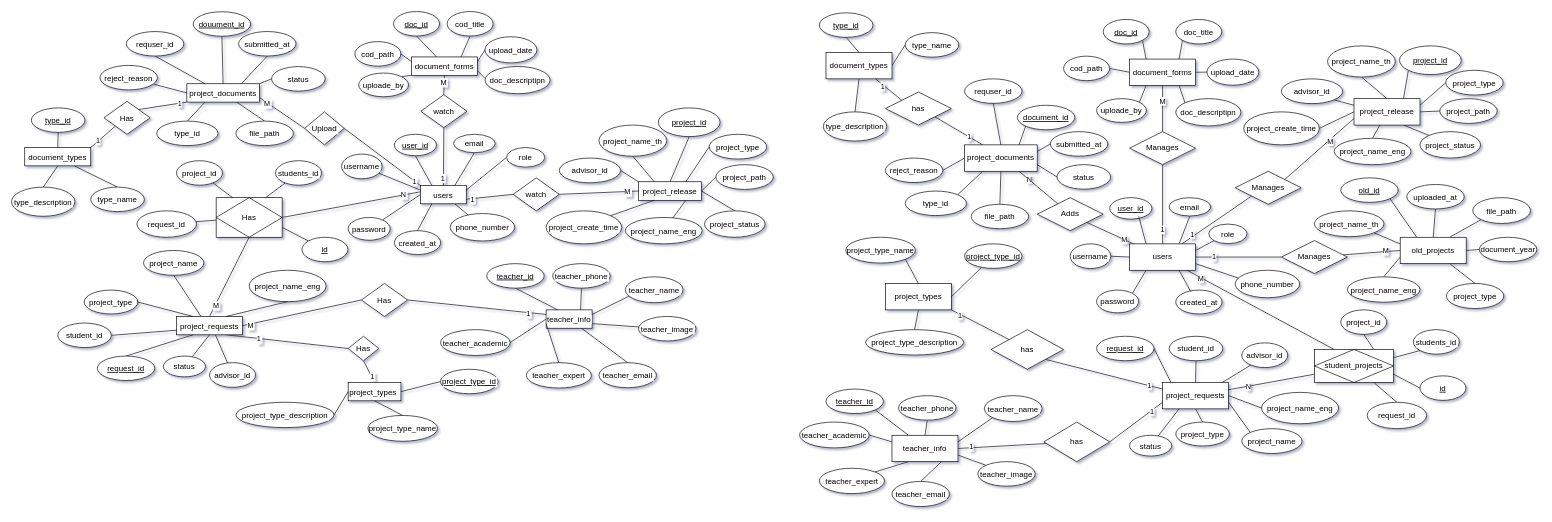
Before: ER.drawio in ItsRyS/Diagram-pms, a draw.io diagram. Source tidied: cells renumbered, new cells numbered last; positions are measured from the earlier drawing's top-left corner, leaving out a move shared by most shapes. Both pictures are drawn from the tidied source at 66%, with x=0, y=0 at pixel (11, 11).
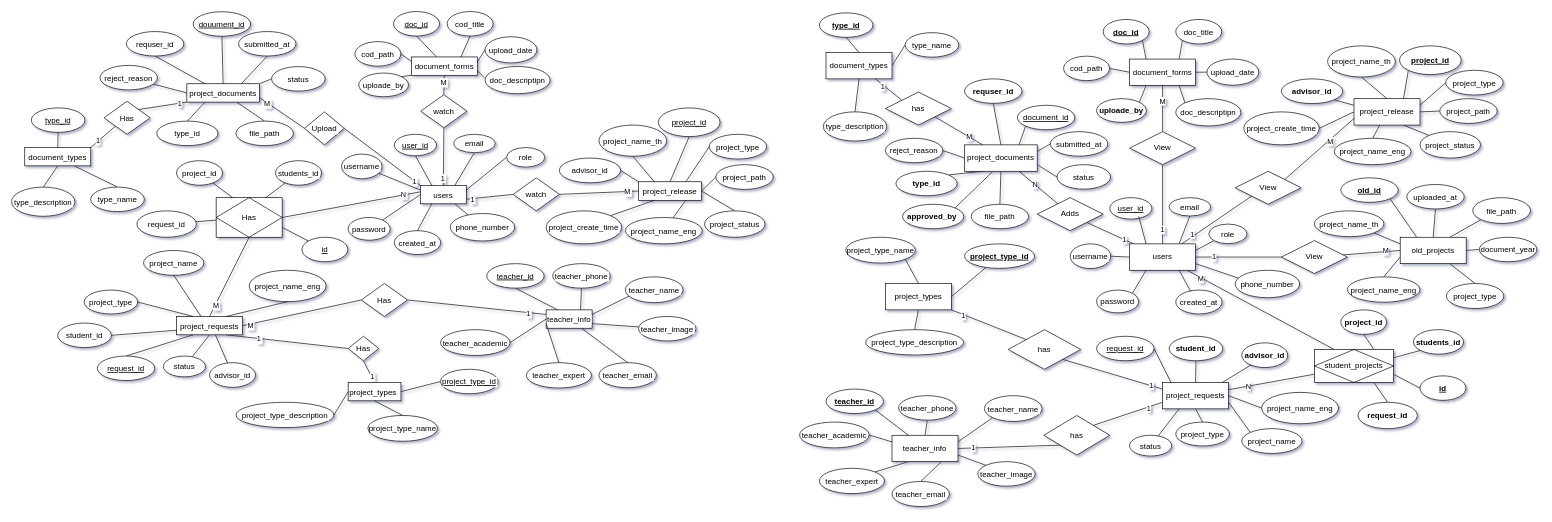
The same page after the edit.

The change refers to these unchanged cells:
```xml
<mxCell id="125" value="teacher_info" style="whiteSpace=wrap;html=1;align=center;" parent="1" vertex="1">
  <mxGeometry x="1334" y="642" width="100" height="40" as="geometry" />
</mxCell>
<mxCell id="133" value="project_requests" style="whiteSpace=wrap;html=1;align=center;" parent="1" vertex="1">
  <mxGeometry x="1744" y="562" width="100" height="40" as="geometry" />
</mxCell>
<mxCell id="140" style="rounded=0;jettySize=auto;html=1;entryX=1;entryY=1;entryDx=0;entryDy=0;endArrow=none;startFill=0;" parent="1" edge="1" source="148" target="208">
  <mxGeometry relative="1" as="geometry" />
</mxCell>
<mxCell id="178" style="rounded=0;jettySize=auto;html=1;exitX=0.25;exitY=0;exitDx=0;exitDy=0;entryX=1;entryY=1;entryDx=0;entryDy=0;endArrow=none;startFill=0;" parent="1" edge="1" source="187" target="219">
  <mxGeometry relative="1" as="geometry" />
</mxCell>
<mxCell id="187" value="project_documents" style="whiteSpace=wrap;html=1;align=center;" parent="1" vertex="1">
  <mxGeometry x="1444" y="202" width="110" height="40" as="geometry" />
</mxCell>
<mxCell id="206" style="rounded=0;jettySize=auto;html=1;entryX=0.75;entryY=1;entryDx=0;entryDy=0;endArrow=none;startFill=0;" parent="1" edge="1" source="208" target="187">
  <mxGeometry relative="1" as="geometry" />
</mxCell>
```

What changed in the source:
```diff
@@
-    <mxCell id="131" style="rounded=0;jettySize=auto;html=1;exitX=0;exitY=0.75;exitDx=0;exitDy=0;entryX=1;entryY=0.5;entryDx=0;entryDy=0;endArrow=none;startFill=0;" parent="1" edge="1" source="133" target="216">
+    <mxCell id="131" style="rounded=0;jettySize=auto;html=1;exitX=0;exitY=0.75;exitDx=0;exitDy=0;entryX=1;entryY=0;entryDx=0;entryDy=0;endArrow=none;startFill=0;" parent="1" edge="1" source="133" target="216">
       <mxGeometry relative="1" as="geometry" />
     </mxCell>
@@
-    <mxCell id="141" value="M" style="edgeLabel;html=1;align=center;verticalAlign=middle;" parent="140" vertex="1">
+    <mxCell id="141" value="1" style="edgeLabel;html=1;align=center;verticalAlign=middle;" parent="140" vertex="1">
       <mxGeometry x="-0.59" relative="1" as="geometry" />
     </mxCell>
@@
-    <mxCell id="179" value="1" style="edgeLabel;html=1;align=center;verticalAlign=middle;" parent="178" vertex="1">
+    <mxCell id="179" value="M" style="edgeLabel;html=1;align=center;verticalAlign=middle;" parent="178" vertex="1">
       <mxGeometry x="-0.45" y="2" relative="1" as="geometry">
         <mxPoint y="-3" as="offset" />
       </mxGeometry>
     </mxCell>
@@
-    <mxCell id="199" value="Manages" style="shape=rhombus;perimeter=rhombusPerimeter;whiteSpace=wrap;html=1;align=center;" parent="1" vertex="1">
+    <mxCell id="199" value="View" style="shape=rhombus;perimeter=rhombusPerimeter;whiteSpace=wrap;html=1;align=center;" parent="1" vertex="1">
       <mxGeometry x="1924" y="347" width="100" height="50" as="geometry" />
     </mxCell>
@@
-    <mxCell id="202" value="Manages" style="shape=rhombus;perimeter=rhombusPerimeter;whiteSpace=wrap;html=1;align=center;" parent="1" vertex="1">
+    <mxCell id="202" value="View" style="shape=rhombus;perimeter=rhombusPerimeter;whiteSpace=wrap;html=1;align=center;" parent="1" vertex="1">
       <mxGeometry x="1854" y="242" width="100" height="50" as="geometry" />
     </mxCell>
@@
-    <mxCell id="205" value="Manages" style="shape=rhombus;perimeter=rhombusPerimeter;whiteSpace=wrap;html=1;align=center;" parent="1" vertex="1">
+    <mxCell id="205" value="View" style="shape=rhombus;perimeter=rhombusPerimeter;whiteSpace=wrap;html=1;align=center;" parent="1" vertex="1">
       <mxGeometry x="1694" y="182" width="100" height="50" as="geometry" />
     </mxCell>
@@
     <mxCell id="207" value="N" style="edgeLabel;html=1;align=center;verticalAlign=middle;" parent="206" vertex="1">
       <mxGeometry x="0.49" y="-1" relative="1" as="geometry">
-        <mxPoint x="-1" as="offset" />
+        <mxPoint x="8" y="8" as="offset" />
       </mxGeometry>
     </mxCell>
@@
     <mxCell id="213" value="has" style="shape=rhombus;perimeter=rhombusPerimeter;whiteSpace=wrap;html=1;align=center;" parent="1" vertex="1">
-      <mxGeometry x="1484" y="482" width="110" height="60" as="geometry" />
+      <mxGeometry x="1510" y="482" width="110" height="60" as="geometry" />
     </mxCell>
-    <mxCell id="214" style="rounded=0;jettySize=auto;html=1;entryX=1;entryY=0.5;entryDx=0;entryDy=0;endArrow=none;startFill=0;" parent="1" edge="1" source="216" target="125">
+    <mxCell id="214" style="rounded=0;jettySize=auto;html=1;entryX=1;entryY=0.5;entryDx=0;entryDy=0;endArrow=none;startFill=0;exitX=0;exitY=1;exitDx=0;exitDy=0;" parent="1" edge="1" source="216" target="125">
       <mxGeometry relative="1" as="geometry" />
     </mxCell>
@@
     <mxCell id="216" value="has" style="shape=rhombus;perimeter=rhombusPerimeter;whiteSpace=wrap;html=1;align=center;" parent="1" vertex="1">
-      <mxGeometry x="1564" y="622" width="100" height="60" as="geometry" />
+      <mxGeometry x="1564" y="612" width="100" height="60" as="geometry" />
     </mxCell>
@@
-    <mxCell id="225" value="teacher_id" style="ellipse;fontStyle=4;labelBackgroundColor=default;fontColor=default;textShadow=0;labelBorderColor=none;" parent="1" vertex="1">
+    <mxCell id="225" value="teacher_id" style="ellipse;fontStyle=5;labelBackgroundColor=default;fontColor=default;textShadow=0;labelBorderColor=none;" parent="1" vertex="1">
       <mxGeometry x="1234" y="572" width="87" height="37.1" as="geometry" />
     </mxCell>
@@
-    <mxCell id="232" value="old_id" style="ellipse;fontStyle=4;labelBackgroundColor=default;fontColor=default;textShadow=0;labelBorderColor=none;" parent="1" vertex="1">
+    <mxCell id="232" value="old_id" style="ellipse;fontStyle=5;labelBackgroundColor=default;fontColor=default;textShadow=0;labelBorderColor=none;" parent="1" vertex="1">
       <mxGeometry x="2014" y="252" width="87" height="37.1" as="geometry" />
     </mxCell>
@@
-    <mxCell id="237" value="project_id" style="ellipse;fontStyle=4;labelBackgroundColor=default;fontColor=default;textShadow=0;labelBorderColor=none;" parent="1" vertex="1">
+    <mxCell id="237" value="project_id" style="ellipse;fontStyle=5;labelBackgroundColor=default;fontColor=default;textShadow=0;labelBorderColor=none;" parent="1" vertex="1">
       <mxGeometry x="2103" y="52" width="93.5" height="43.5" as="geometry" />
     </mxCell>
@@
-    <mxCell id="241" value="advisor_id" style="ellipse;labelBackgroundColor=default;fontColor=default;textShadow=0;labelBorderColor=none;fontStyle=0;" parent="1" vertex="1">
+    <mxCell id="241" value="advisor_id" style="ellipse;labelBackgroundColor=default;fontColor=default;textShadow=0;labelBorderColor=none;fontStyle=1;" parent="1" vertex="1">
       <mxGeometry x="1924" y="102" width="92.8" height="37.5" as="geometry" />
     </mxCell>
@@
-    <mxCell id="260" value="uploade_by" style="ellipse;labelBackgroundColor=default;fontColor=default;textShadow=0;labelBorderColor=none;" parent="1" vertex="1">
+    <mxCell id="260" value="uploade_by" style="ellipse;labelBackgroundColor=none;fontColor=default;textShadow=0;labelBorderColor=none;fontStyle=1;" parent="1" vertex="1">
       <mxGeometry x="1644" y="132" width="75.4" height="35.9" as="geometry" />
     </mxCell>
@@
-    <mxCell id="265" value="doc_id" style="ellipse;fontStyle=4;labelBackgroundColor=default;fontColor=default;textShadow=0;labelBorderColor=none;" parent="1" vertex="1">
+    <mxCell id="265" value="doc_id" style="ellipse;fontStyle=5;labelBackgroundColor=default;fontColor=default;textShadow=0;labelBorderColor=none;" parent="1" vertex="1">
       <mxGeometry x="1654" y="12" width="69.6" height="37.1" as="geometry" />
     </mxCell>
@@
-    <mxCell id="288" value="requser_id" style="ellipse;labelBackgroundColor=default;fontColor=default;textShadow=0;labelBorderColor=none;" parent="1" vertex="1">
+    <mxCell id="288" value="requser_id" style="ellipse;labelBackgroundColor=default;fontColor=default;textShadow=0;labelBorderColor=none;fontStyle=1;" parent="1" vertex="1">
       <mxGeometry x="1444" y="102" width="87" height="37.1" as="geometry" />
     </mxCell>
@@
     <mxCell id="291" value="reject_reason" style="ellipse;labelBackgroundColor=default;fontColor=default;textShadow=0;labelBorderColor=none;" parent="1" vertex="1">
-      <mxGeometry x="1324" y="222" width="87" height="37.1" as="geometry" />
+      <mxGeometry x="1324" y="192" width="87" height="37.1" as="geometry" />
     </mxCell>
@@
-    <mxCell id="293" value="type_id" style="ellipse;labelBackgroundColor=default;fontColor=default;textShadow=0;labelBorderColor=none;" parent="1" vertex="1">
-      <mxGeometry x="1354" y="272" width="92.8" height="37.1" as="geometry" />
+    <mxCell id="293" value="type_id" style="ellipse;labelBackgroundColor=default;fontColor=default;textShadow=0;labelBorderColor=none;fontStyle=1;" parent="1" vertex="1">
+      <mxGeometry x="1340" y="242" width="92.8" height="37.1" as="geometry" />
     </mxCell>
@@
-    <mxCell id="296" value="type_id" style="ellipse;fontStyle=4;labelBackgroundColor=none;fontColor=default;textShadow=0;labelBorderColor=none;" parent="1" vertex="1">
+    <mxCell id="296" value="type_id" style="ellipse;fontStyle=5;labelBackgroundColor=none;fontColor=default;textShadow=0;labelBorderColor=none;" parent="1" vertex="1">
       <mxGeometry x="1224" y="2" width="81.2" height="37.1" as="geometry" />
     </mxCell>
@@
-    <mxCell id="298" value="advisor_id" style="ellipse;labelBackgroundColor=default;fontColor=default;textShadow=0;labelBorderColor=none;" parent="1" vertex="1">
+    <mxCell id="298" value="advisor_id" style="ellipse;labelBackgroundColor=default;fontColor=default;textShadow=0;labelBorderColor=none;fontStyle=1;" parent="1" vertex="1">
       <mxGeometry x="1864" y="502" width="69.6" height="37.4" as="geometry" />
     </mxCell>
@@
-    <mxCell id="303" value="student_id" style="ellipse;labelBackgroundColor=default;fontColor=default;textShadow=0;labelBorderColor=none;" parent="1" vertex="1">
+    <mxCell id="303" value="student_id" style="ellipse;labelBackgroundColor=default;fontColor=default;textShadow=0;labelBorderColor=none;fontStyle=1;" parent="1" vertex="1">
       <mxGeometry x="1754" y="492" width="81.2" height="37.1" as="geometry" />
     </mxCell>
@@
-    <mxCell id="307" value="project_id" style="ellipse;labelBackgroundColor=default;fontColor=default;textShadow=0;labelBorderColor=none;" parent="1" vertex="1">
+    <mxCell id="307" value="project_id" style="ellipse;labelBackgroundColor=none;fontColor=default;textShadow=0;labelBorderColor=none;fontStyle=1;" parent="1" vertex="1">
       <mxGeometry x="2014" y="452" width="69.6" height="37.1" as="geometry" />
     </mxCell>
-    <mxCell id="308" value="request_id" style="ellipse;labelBackgroundColor=default;fontColor=default;textShadow=0;labelBorderColor=none;" parent="1" vertex="1">
-      <mxGeometry x="2054" y="592" width="90" height="40" as="geometry" />
+    <mxCell id="308" value="request_id" style="ellipse;labelBackgroundColor=none;fontColor=default;textShadow=0;labelBorderColor=none;fontStyle=1;" parent="1" vertex="1">
+      <mxGeometry x="2040" y="592" width="90" height="40" as="geometry" />
     </mxCell>
-    <mxCell id="309" value="students_id" style="ellipse;labelBackgroundColor=default;fontColor=default;textShadow=0;labelBorderColor=none;" parent="1" vertex="1">
-      <mxGeometry x="2124" y="482" width="69.6" height="37.1" as="geometry" />
+    <mxCell id="309" value="students_id" style="ellipse;labelBackgroundColor=none;fontColor=default;textShadow=0;labelBorderColor=none;fontStyle=1;" parent="1" vertex="1">
+      <mxGeometry x="2124" y="482" width="76" height="37.1" as="geometry" />
     </mxCell>
-    <mxCell id="310" value="id" style="ellipse;fontStyle=4;labelBackgroundColor=default;fontColor=default;textShadow=0;labelBorderColor=none;" parent="1" vertex="1">
+    <mxCell id="310" value="id" style="ellipse;fontStyle=5;labelBackgroundColor=default;fontColor=default;textShadow=0;labelBorderColor=none;" parent="1" vertex="1">
       <mxGeometry x="2134" y="552" width="69.6" height="37.1" as="geometry" />
     </mxCell>
@@
-    <mxCell id="315" value="project_type_id" style="ellipse;fontStyle=4;labelBackgroundColor=none;fontColor=default;textShadow=0;labelBorderColor=none;" parent="1" vertex="1">
-      <mxGeometry x="1444" y="352" width="87" height="37.1" as="geometry" />
+    <mxCell id="315" value="project_type_id" style="ellipse;fontStyle=5;labelBackgroundColor=none;fontColor=default;textShadow=0;labelBorderColor=none;" parent="1" vertex="1">
+      <mxGeometry x="1444" y="352" width="106" height="37.1" as="geometry" />
     </mxCell>
+    <mxCell id="316" value="approved_by " style="ellipse;labelBackgroundColor=none;fontColor=default;textShadow=0;labelBorderColor=none;fontStyle=1;" parent="1" vertex="1">
+      <mxGeometry x="1350" y="292" width="92.8" height="37.1" as="geometry" />
+    </mxCell>
+    <mxCell id="317" style="rounded=0;jettySize=auto;html=1;exitX=1;exitY=0;exitDx=0;exitDy=0;entryX=0.382;entryY=1.025;entryDx=0;entryDy=0;entryPerimeter=0;endArrow=none;startFill=0;" parent="1" edge="1" source="316" target="187">
+      <mxGeometry relative="1" as="geometry" />
+    </mxCell>
```
